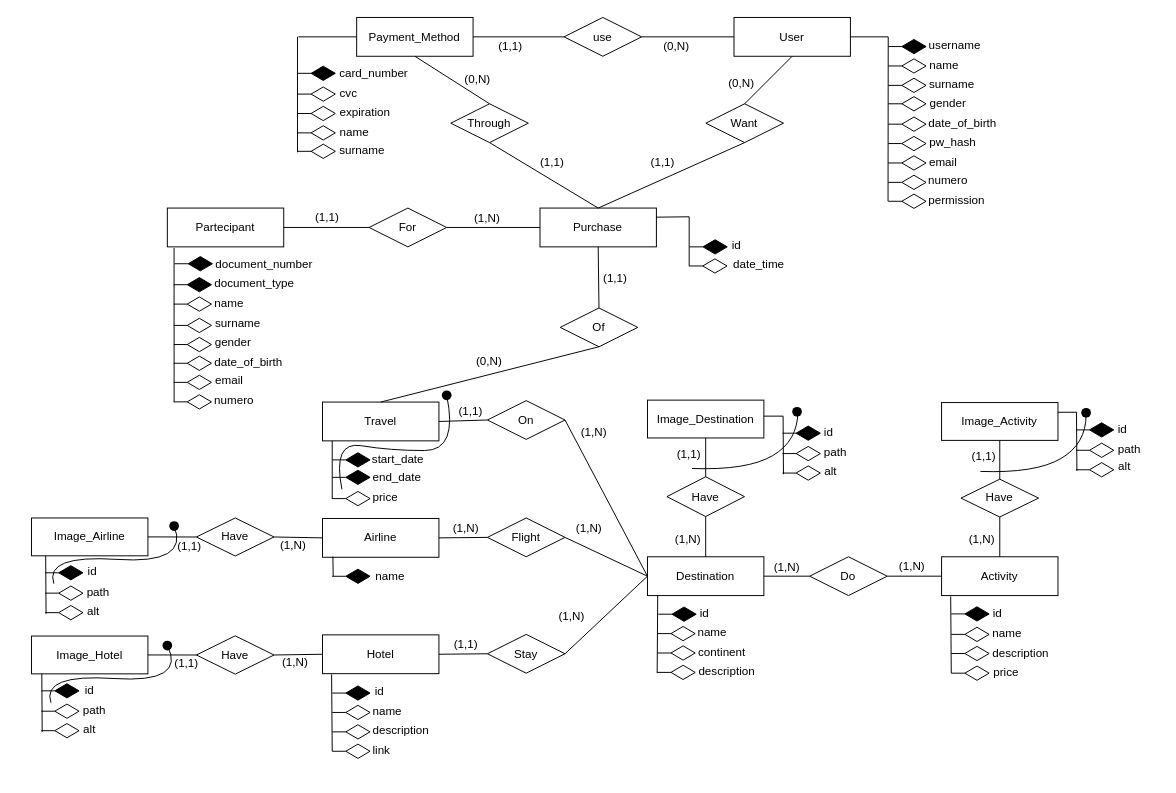
Above: database/diagramma.drawio in tech-web-unipd/sito-viaggi (draw.io), before the change. Source tidied: cells renumbered, new cells numbered last; positions are measured from the earlier drawing's top-left corner, leaving out a move shared by most shapes. Both pictures are drawn from the tidied source at 97%, with x=0, y=0 at pixel (31, 17).
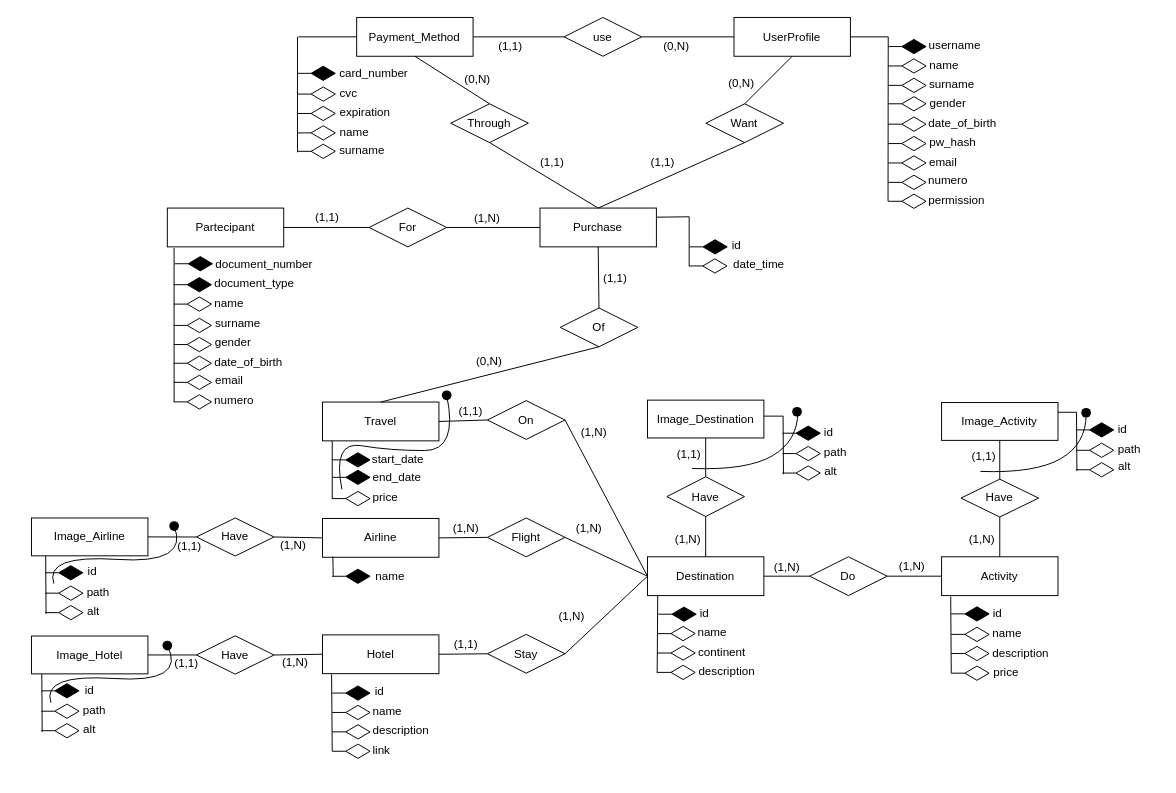
The same page after the edit.

What changed in the source:
```diff
@@
-    <mxCell id="127" value="User" style="rounded=0;whiteSpace=wrap;html=1;" parent="1" vertex="1">
+    <mxCell id="127" value="UserProfile" style="rounded=0;whiteSpace=wrap;html=1;" parent="1" vertex="1">
       <mxGeometry x="724.2" y="-0.5" width="120" height="40" as="geometry" />
     </mxCell>
```
